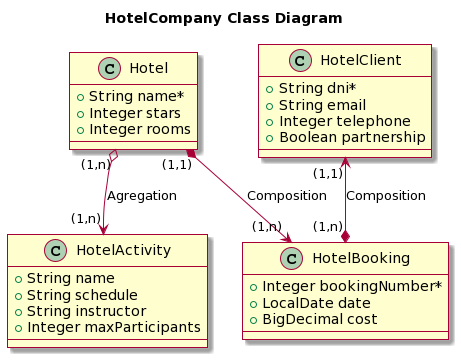
The PlantUML diagram docs/hotel.model.png in wzzzzwwzw/apaw-practice, before a commit.
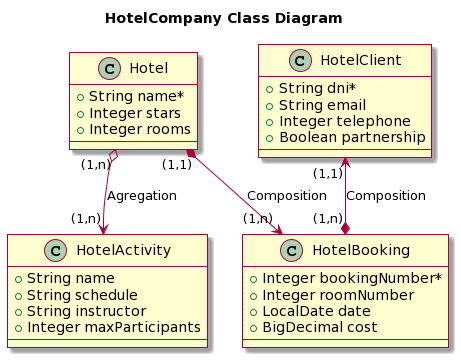
Above is the later version.

Commit message:
hotel.model.png diagram updated and attributes corrected #465

Change to the diagram source:
```diff
@@ -23,6 +23,7 @@
 
 class HotelBooking {
   +Integer bookingNumber*
+  +Integer roomNumber
   +LocalDate date
   +BigDecimal cost
 }
```
